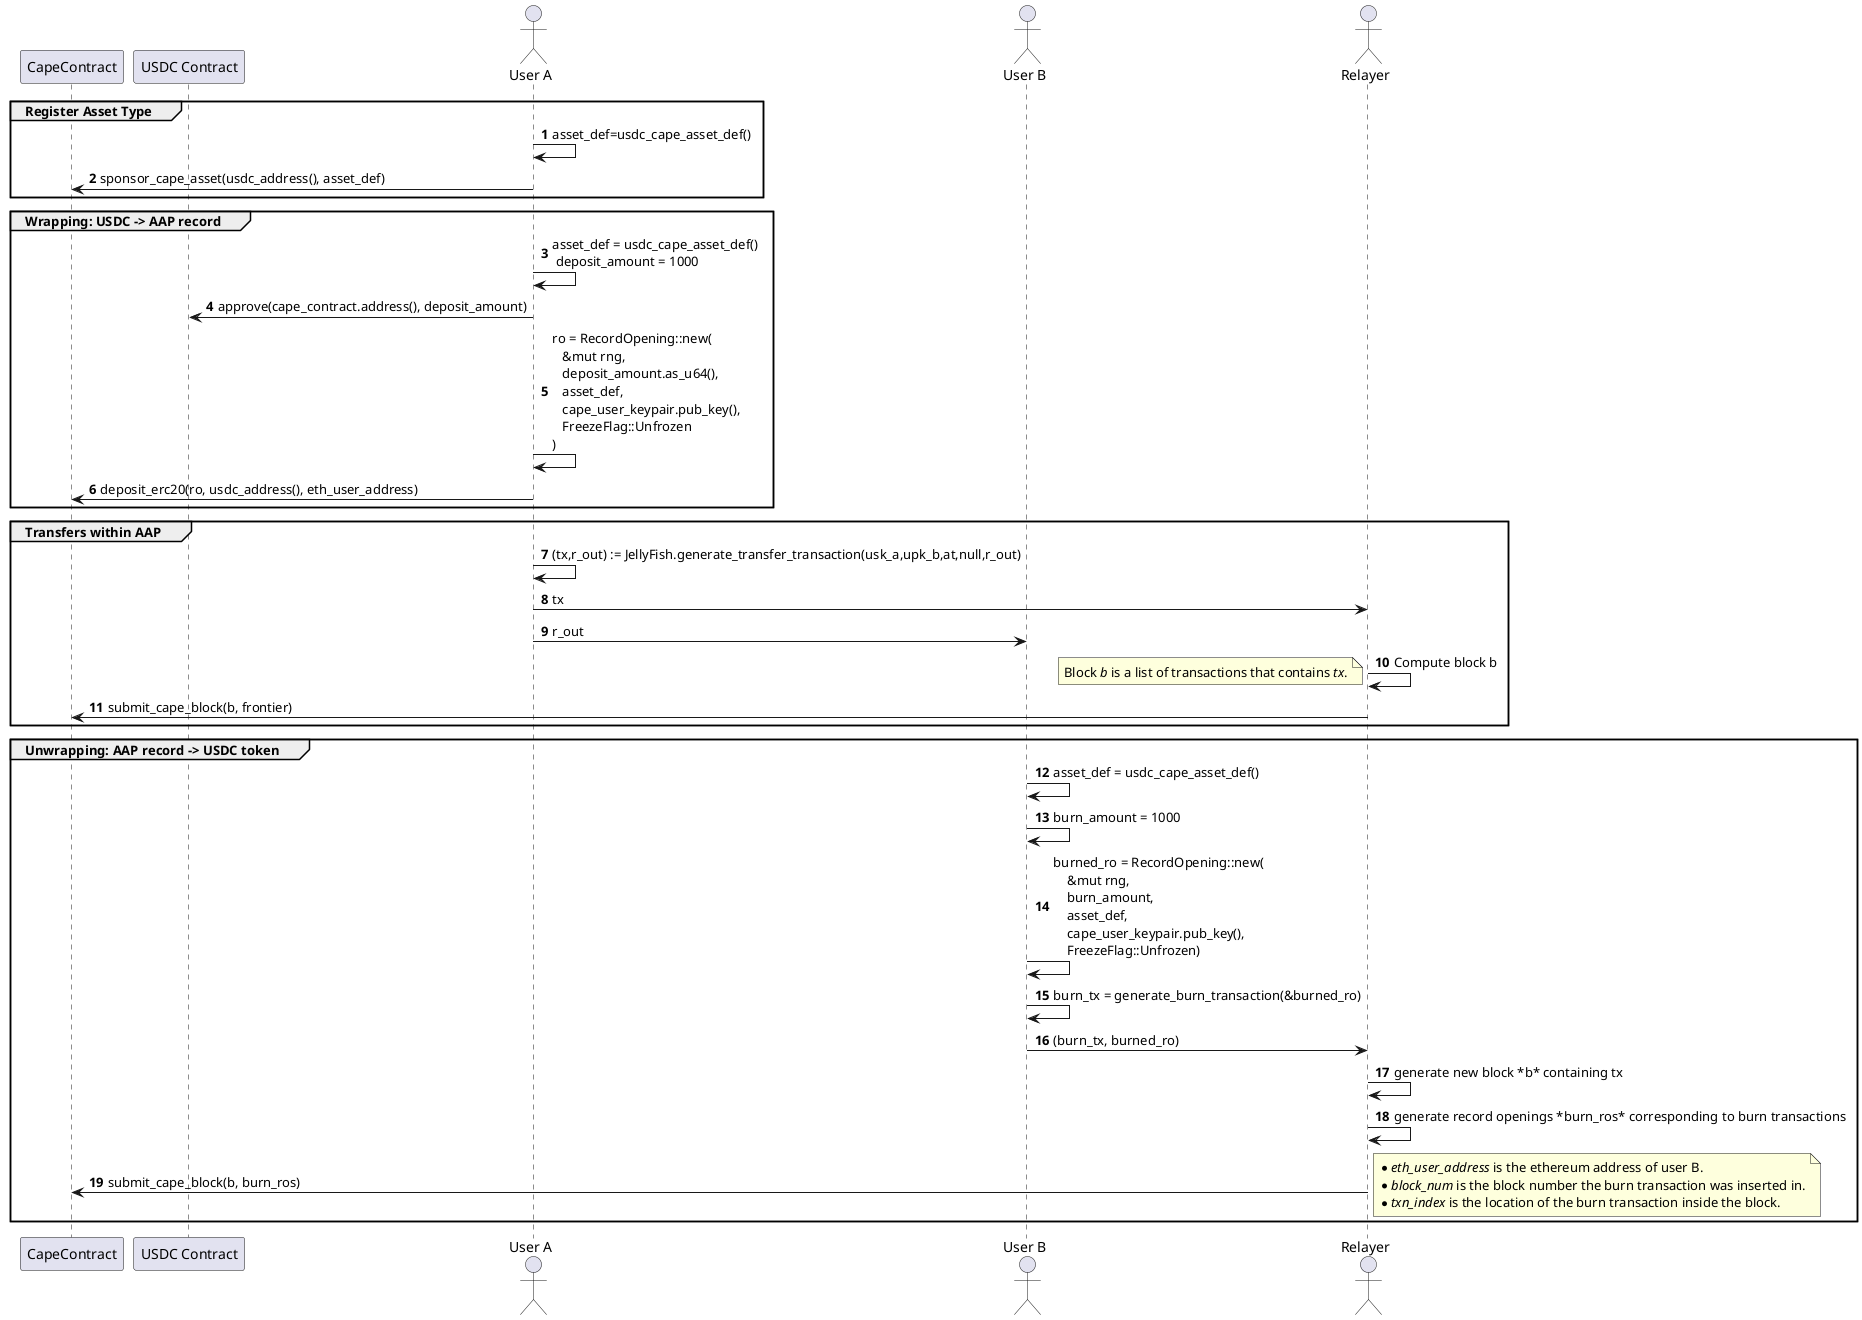
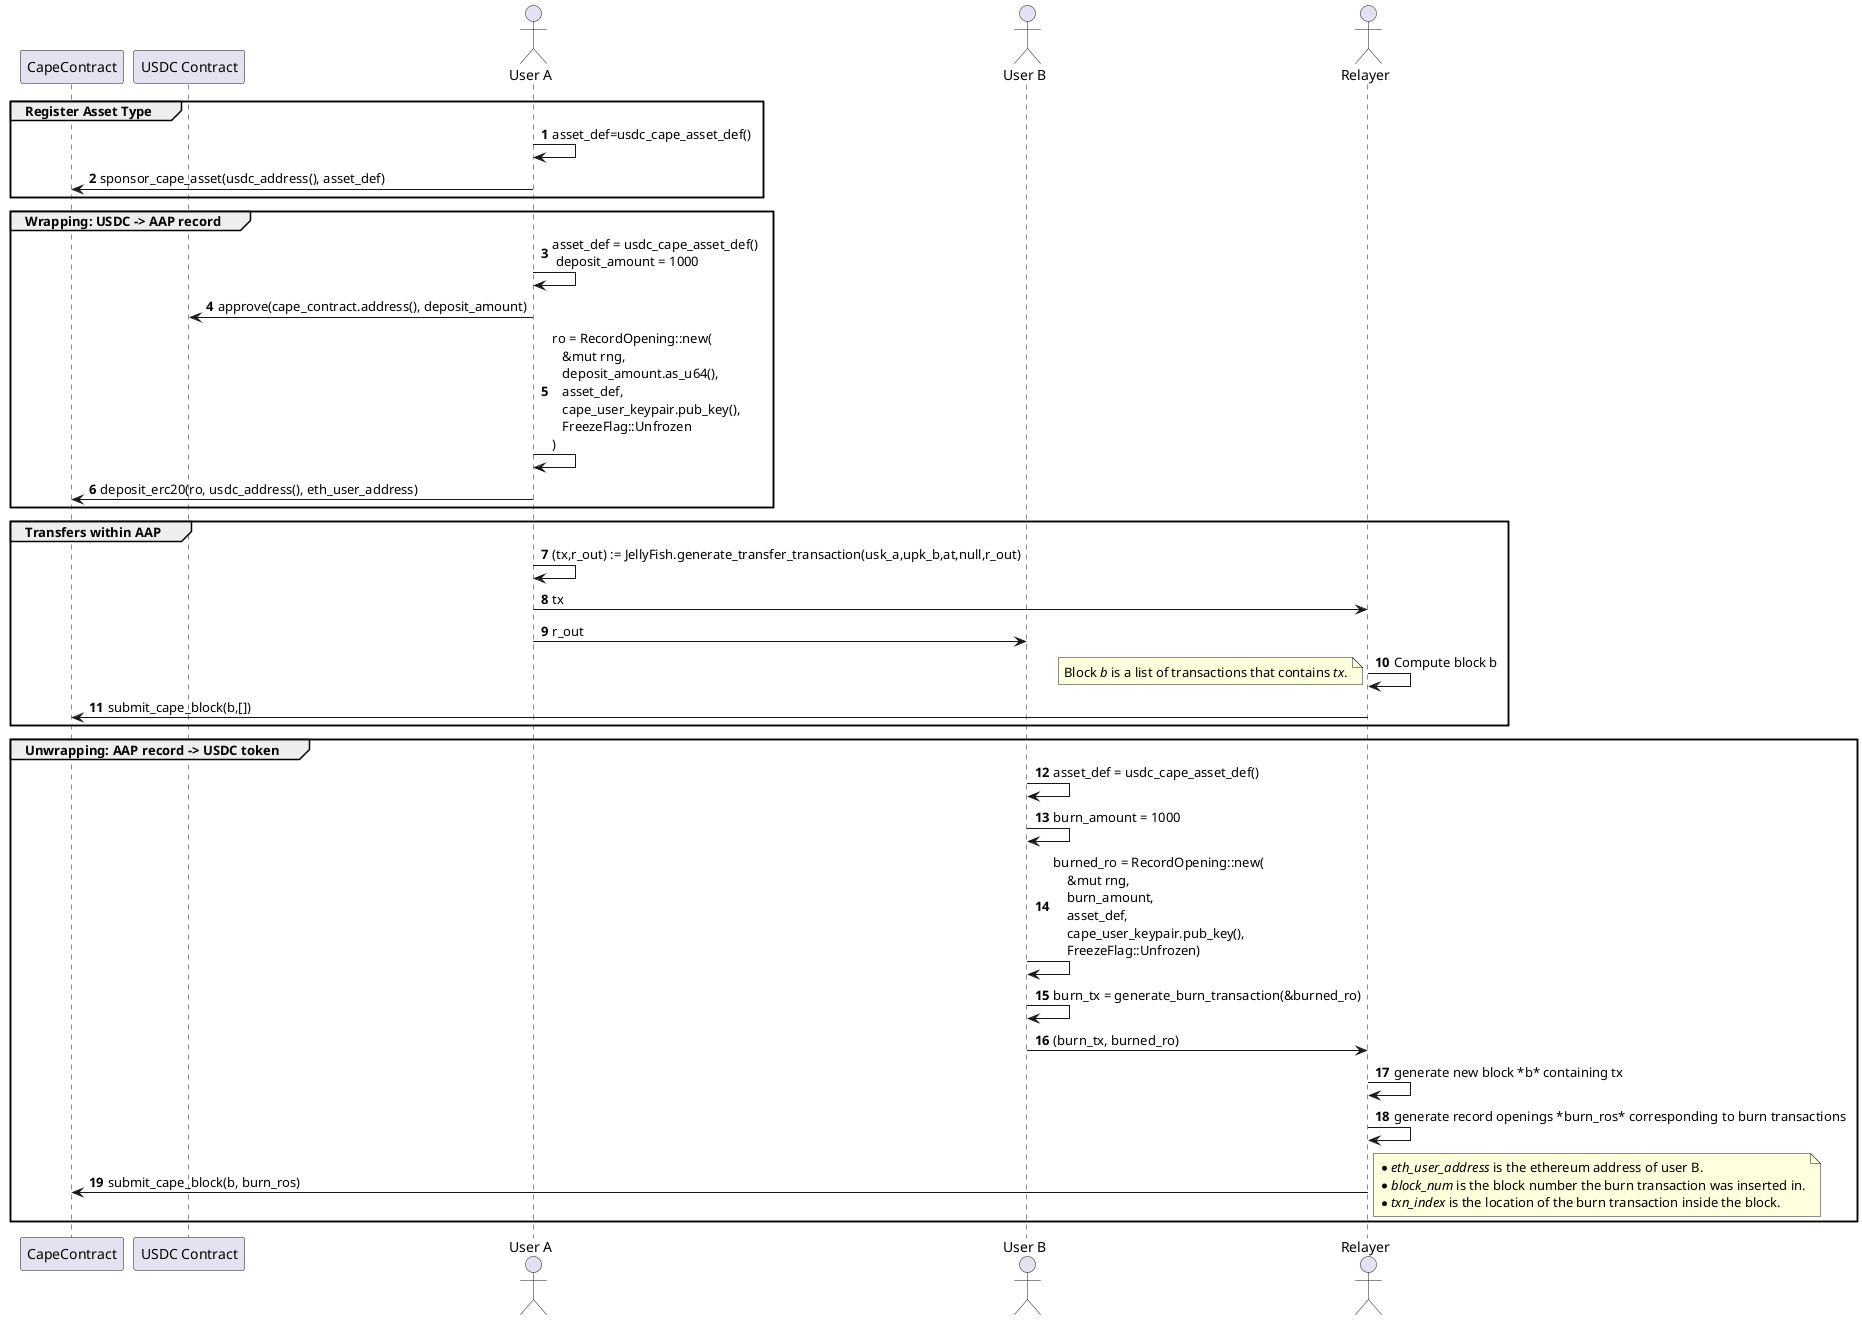
@startuml
autonumber
participant "CapeContract" as CapeContract
participant "USDC Contract" as USDC
actor       "User A" as A
actor       "User B" as B
actor       "Relayer" as R

group Register Asset Type
A -> A: asset_def=usdc_cape_asset_def()
A -> CapeContract: sponsor_cape_asset(usdc_address(), asset_def)

end group

group Wrapping: USDC -> AAP record

A -> A: asset_def = usdc_cape_asset_def() \n deposit_amount = 1000
A -> USDC: approve(cape_contract.address(), deposit_amount)
A -> A: ro = RecordOpening::new( \n   &mut rng, \n   deposit_amount.as_u64(), \n   asset_def,\n   cape_user_keypair.pub_key(),\n   FreezeFlag::Unfrozen \n)
A -> CapeContract: deposit_erc20(ro, usdc_address(), eth_user_address)
end

group Transfers within AAP

A -> A: (tx,r_out) := JellyFish.generate_transfer_transaction(usk_a,upk_b,at,null,r_out)
A -> R: tx
A -> B: r_out
R -> R: Compute block b
note left
Block <i>b</i> is a list of transactions that contains <i>tx</i>.
end note


- R -> CapeContract: submit_cape_block(b, frontier)
+ R -> CapeContract: submit_cape_block(b,[])
end group

group Unwrapping: AAP record -> USDC token
 B -> B: asset_def = usdc_cape_asset_def()
 B -> B: burn_amount = 1000
 B -> B: burned_ro = RecordOpening::new( \n    &mut rng, \n    burn_amount,\n    asset_def, \n    cape_user_keypair.pub_key(),\n    FreezeFlag::Unfrozen)
 B -> B: burn_tx = generate_burn_transaction(&burned_ro)
 B -> R: (burn_tx, burned_ro)
 R -> R: generate new block *b* containing tx
 R -> R: generate record openings *burn_ros* corresponding to burn transactions
 R -> CapeContract: submit_cape_block(b, burn_ros)
 note right
 * <i>eth_user_address</i> is the ethereum address of user B.
 * <i>block_num</i> is the block number the burn transaction was inserted in.
 * <i>txn_index</i> is the location of the burn transaction inside the block.
 end note
end
@enduml
